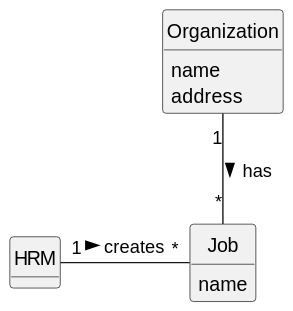
Above: docs/sprintB/us002/02.analysis/svg/us002-domain-model.svg in diogoveirospro/lei-24-s2-1dg-g072 (PlantUML), before the change.
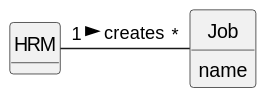
After the commit.

Commit message:
US9's Domain Model US2 and US5's Sequence Diagram and Domain Model - corrections

What changed in the source:
```diff
@@ -18,11 +18,5 @@
 
 }
 
-class Organization{
-    name
-    address
-}
-
 HRM "1" - "*" Job : creates >
-Organization "1" -- "*" Job: has >
 @enduml
```
